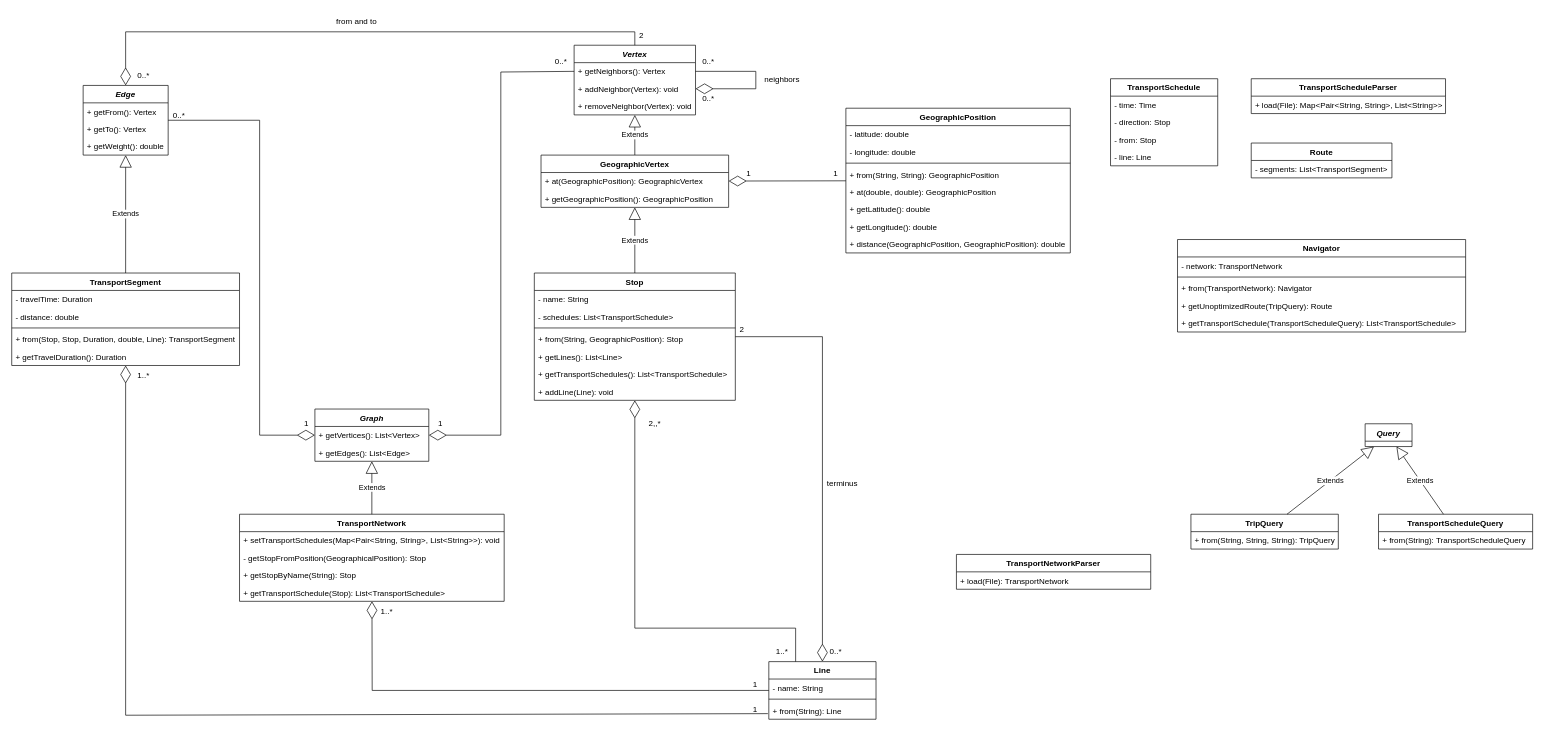
Earlier version of the draw.io diagram diagrams/model.drawio (SkyNalix/MoriaMap). Source tidied: cells renumbered, new cells numbered last; positions are measured from the earlier drawing's top-left corner, leaving out a move shared by most shapes. Both pictures are drawn from the tidied source at 67%, with x=0, y=0 at pixel (11, 11).
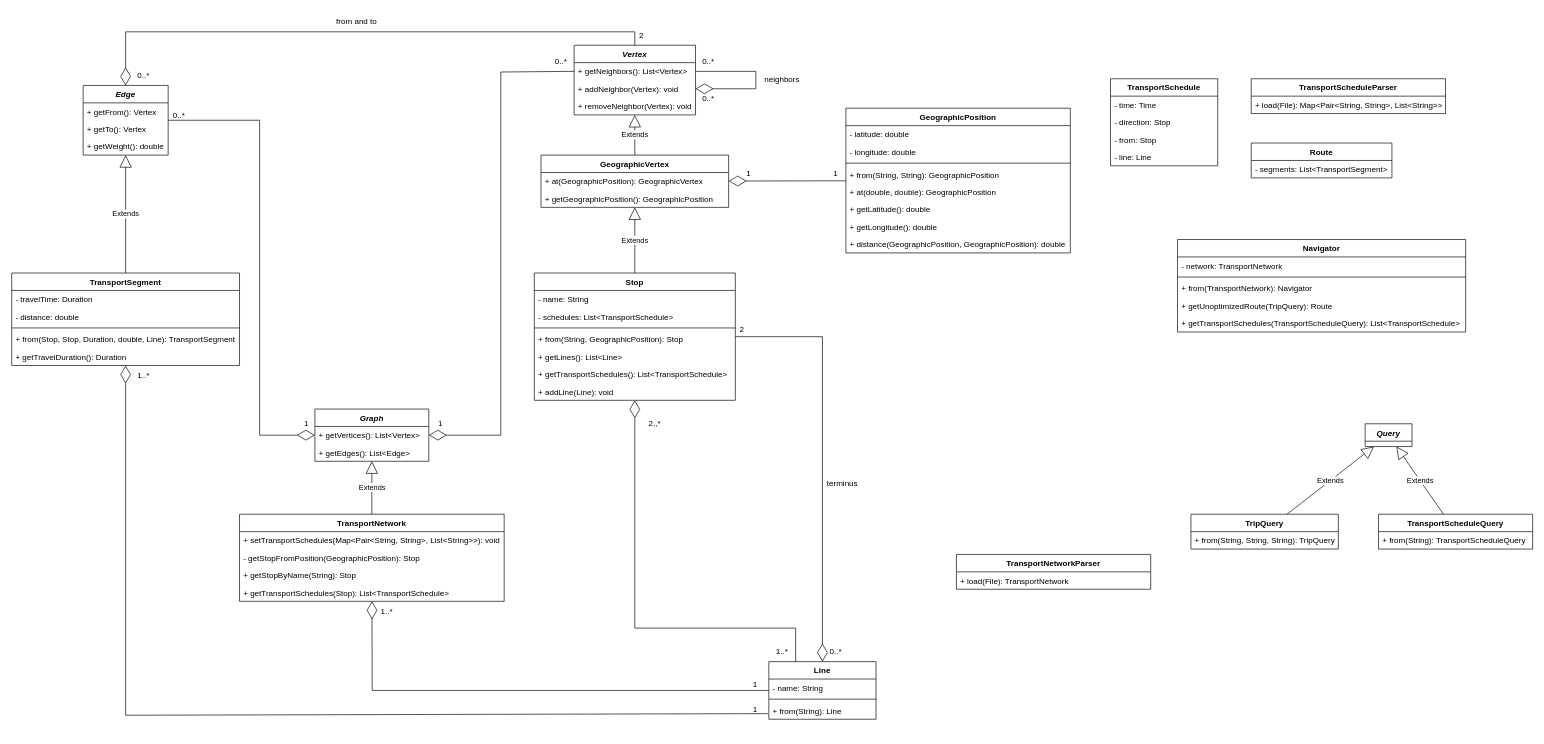
The same diagram, later.

The change refers to these unchanged cells:
```xml
<mxCell id="7" value="TransportNetwork" style="swimlane;fontStyle=1;align=center;verticalAlign=top;horizontal=1;startSize=26;" parent="1" vertex="1">
  <mxGeometry x="340" y="750" width="395" height="130" as="geometry" />
</mxCell>
<mxCell id="26" value="Vertex" style="swimlane;fontStyle=3;align=center;verticalAlign=top;horizontal=1;startSize=26;" parent="1" vertex="1">
  <mxGeometry x="839.4" y="50" width="181.2" height="104" as="geometry" />
</mxCell>
<mxCell id="42" value="Navigator" style="swimlane;fontStyle=1;align=center;verticalAlign=top;horizontal=1;startSize=26;" parent="1" vertex="1">
  <mxGeometry x="1740" y="340" width="430" height="138" as="geometry" />
</mxCell>
```

Change to the diagram source:
```diff
@@
-    <mxCell id="9" value="- getStopFromPosition(GeographicalPosition): Stop " style="text;strokeColor=none;fillColor=none;align=left;verticalAlign=top;spacingLeft=4;spacingRight=4;overflow=hidden;" parent="7" vertex="1">
+    <mxCell id="9" value="- getStopFromPosition(GeographicPosition): Stop " style="text;strokeColor=none;fillColor=none;align=left;verticalAlign=top;spacingLeft=4;spacingRight=4;overflow=hidden;" parent="7" vertex="1">
       <mxGeometry y="52" width="395" height="26" as="geometry" />
     </mxCell>
@@
-    <mxCell id="11" value="+ getTransportSchedule(Stop): List&lt;TransportSchedule&gt;" style="text;strokeColor=none;fillColor=none;align=left;verticalAlign=top;spacingLeft=4;spacingRight=4;overflow=hidden;" parent="7" vertex="1">
+    <mxCell id="11" value="+ getTransportSchedules(Stop): List&lt;TransportSchedule&gt;" style="text;strokeColor=none;fillColor=none;align=left;verticalAlign=top;spacingLeft=4;spacingRight=4;overflow=hidden;" parent="7" vertex="1">
       <mxGeometry y="104" width="395" height="26" as="geometry" />
     </mxCell>
@@
-    <mxCell id="27" value="+ getNeighbors(): Vertex" style="text;strokeColor=none;fillColor=none;align=left;verticalAlign=top;spacingLeft=4;spacingRight=4;overflow=hidden;points=[[0,0.5],[1,0.5]];portConstraint=eastwest;" parent="26" vertex="1">
+    <mxCell id="27" value="+ getNeighbors(): List&lt;Vertex&gt;" style="text;strokeColor=none;fillColor=none;align=left;verticalAlign=top;spacingLeft=4;spacingRight=4;overflow=hidden;points=[[0,0.5],[1,0.5]];portConstraint=eastwest;" parent="26" vertex="1">
       <mxGeometry y="26" width="181.2" height="26" as="geometry" />
     </mxCell>
@@
-    <mxCell id="47" value="+ getTransportSchedule(TransportScheduleQuery): List&lt;TransportSchedule&gt;" style="text;strokeColor=none;fillColor=none;align=left;verticalAlign=top;spacingLeft=4;spacingRight=4;overflow=hidden;" parent="42" vertex="1">
+    <mxCell id="47" value="+ getTransportSchedules(TransportScheduleQuery): List&lt;TransportSchedule&gt;" style="text;strokeColor=none;fillColor=none;align=left;verticalAlign=top;spacingLeft=4;spacingRight=4;overflow=hidden;" parent="42" vertex="1">
       <mxGeometry y="112" width="430" height="26" as="geometry" />
     </mxCell>
```
